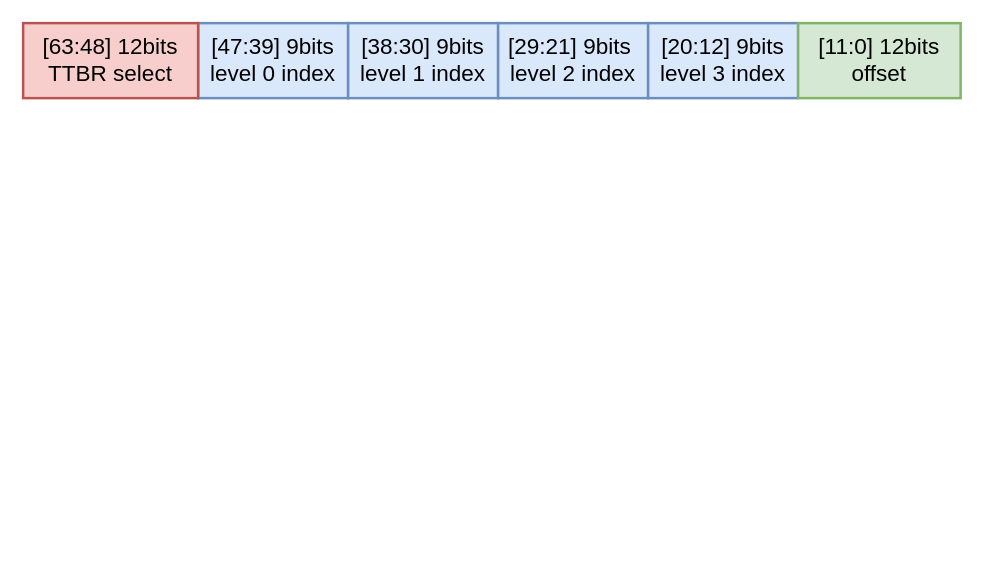
Above: page "bao-page table" (18 of 18) of treasure.drawio in xuechou/xuechou.github.io (draw.io), before the change. Source tidied: cells renumbered, new cells numbered last; positions are measured from the earlier drawing's top-left corner, leaving out a move shared by most shapes. Both pictures are drawn from the tidied source at 125%, with x=0, y=0 at pixel (22, 22).
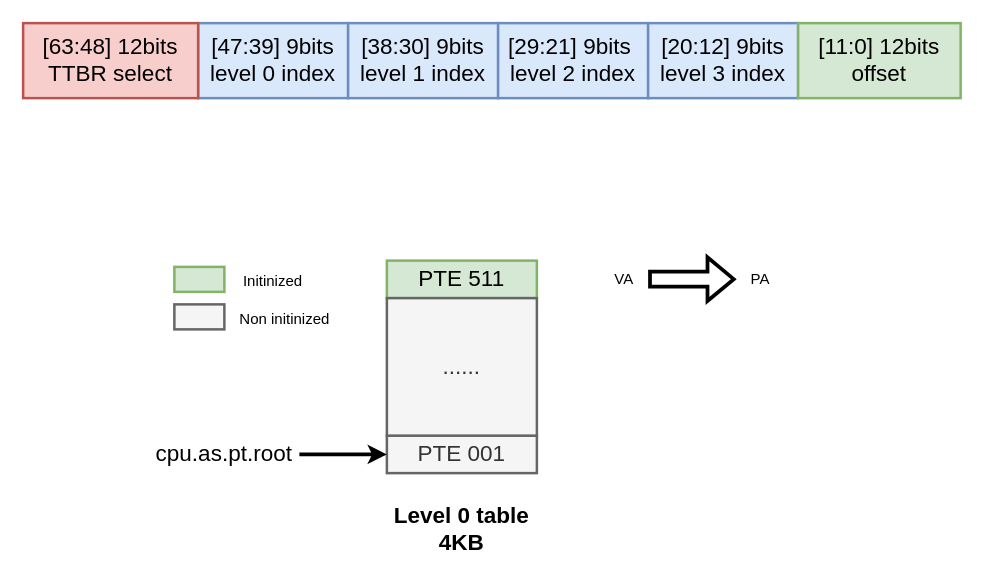
After the change.

Change to the diagram source:
```diff
@@
+    <mxCell id="8" value="cpu.as.pt.root" style="text;html=1;strokeColor=none;fillColor=none;align=center;verticalAlign=middle;whiteSpace=wrap;rounded=0;fontSize=18;" parent="1" vertex="1">
+      <mxGeometry x="131" y="330" width="60" height="30" as="geometry" />
+    </mxCell>
+    <mxCell id="9" style="group;" parent="1" vertex="1">
+      <mxGeometry x="291" y="190" width="120" height="170" as="geometry" />
+    </mxCell>
+    <mxCell id="10" value="PTE 511" style="rounded=0;whiteSpace=wrap;html=1;fontSize=18;strokeColor=#82b366;strokeWidth=2;fillColor=#d5e8d4;" parent="9" vertex="1">
+      <mxGeometry width="120" height="30" as="geometry" />
+    </mxCell>
+    <mxCell id="11" value="PTE 001" style="rounded=0;whiteSpace=wrap;html=1;fontSize=18;strokeColor=#666666;strokeWidth=2;fillColor=#f5f5f5;fontColor=#333333;" parent="9" vertex="1">
+      <mxGeometry y="140" width="120" height="30" as="geometry" />
+    </mxCell>
+    <mxCell id="12" value="......" style="rounded=0;whiteSpace=wrap;html=1;fontSize=18;strokeColor=#666666;strokeWidth=2;fillColor=#f5f5f5;fontColor=#333333;" parent="9" vertex="1">
+      <mxGeometry y="30" width="120" height="110" as="geometry" />
+    </mxCell>
+    <mxCell id="13" style="endArrow=classic;html=1;rounded=0;fontSize=18;strokeWidth=3;entryX=0;entryY=0.5;entryDx=0;entryDy=0;" parent="1" edge="1" target="11">
+      <mxGeometry relative="1" as="geometry">
+        <mxPoint x="221" y="345" as="sourcePoint" />
+      </mxGeometry>
+    </mxCell>
+    <mxCell id="14" value="&lt;b&gt;Level 0 table&lt;br&gt;4KB&lt;br&gt;&lt;/b&gt;" style="text;html=1;strokeColor=none;fillColor=none;align=center;verticalAlign=middle;whiteSpace=wrap;rounded=0;fontSize=18;" parent="1" vertex="1">
+      <mxGeometry x="283.2" y="390" width="135.5" height="30" as="geometry" />
+    </mxCell>
+    <mxCell id="15" value="&lt;font style=&quot;font-size: 12px;&quot;&gt;Initinized&lt;/font&gt;" style="text;html=1;strokeColor=none;fillColor=none;align=center;verticalAlign=middle;whiteSpace=wrap;rounded=0;fontSize=18;" parent="1" vertex="1">
+      <mxGeometry x="170" y="190" width="60" height="30" as="geometry" />
+    </mxCell>
+    <mxCell id="16" value="&lt;font style=&quot;font-size: 12px;&quot;&gt;Non initinized&lt;/font&gt;" style="text;html=1;strokeColor=none;fillColor=none;align=center;verticalAlign=middle;whiteSpace=wrap;rounded=0;fontSize=18;" parent="1" vertex="1">
+      <mxGeometry x="159" y="220" width="101" height="30" as="geometry" />
+    </mxCell>
+    <mxCell id="17" style="rounded=0;whiteSpace=wrap;html=1;fontSize=16;strokeColor=#82b366;strokeWidth=2;fillColor=#d5e8d4;" parent="1" vertex="1">
+      <mxGeometry x="121" y="195" width="40" height="20" as="geometry" />
+    </mxCell>
+    <mxCell id="18" style="rounded=0;whiteSpace=wrap;html=1;fontSize=16;strokeColor=#666666;strokeWidth=2;fillColor=#f5f5f5;fontColor=#333333;" parent="1" vertex="1">
+      <mxGeometry x="121" y="225" width="40" height="20" as="geometry" />
+    </mxCell>
+    <mxCell id="19" style="shape=flexArrow;endArrow=classic;html=1;rounded=0;fontSize=12;strokeWidth=3;" parent="1" edge="1">
+      <mxGeometry relative="1" as="geometry">
+        <mxPoint x="500" y="204.8" as="sourcePoint" />
+        <mxPoint x="570" y="204.8" as="targetPoint" />
+      </mxGeometry>
+    </mxCell>
+    <mxCell id="20" value="VA" style="text;html=1;strokeColor=none;fillColor=none;align=center;verticalAlign=middle;whiteSpace=wrap;rounded=0;fontSize=12;" parent="1" vertex="1">
+      <mxGeometry x="451" y="190" width="60" height="30" as="geometry" />
+    </mxCell>
+    <mxCell id="21" value="PA" style="text;html=1;strokeColor=none;fillColor=none;align=center;verticalAlign=middle;whiteSpace=wrap;rounded=0;fontSize=12;" parent="1" vertex="1">
+      <mxGeometry x="560" y="190" width="60" height="30" as="geometry" />
+    </mxCell>
```
